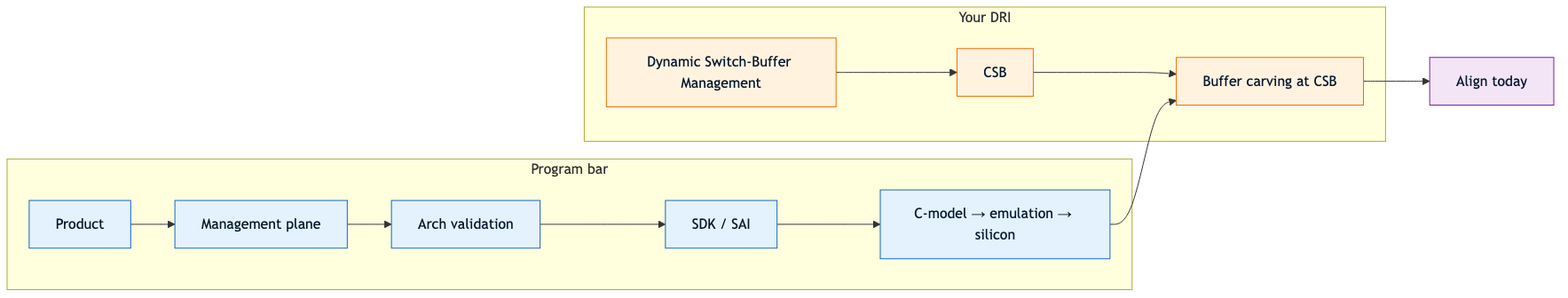
Before: assets/diagrams/a3/slide01-scope.png, a diagram exported from Mermaid (upscale-ai-network/agent-template). Its source is kept beside it as assets/diagrams/a3/slide01-scope.mmd. The source it was exported from:
```mermaid
flowchart LR
  subgraph program["Program bar"]
    direction LR
    P[Product] --> M[Management plane]
    M --> AV[Arch validation]
    AV --> SDK[SDK / SAI]
    SDK --> SIL[C-model → emulation → silicon]
  end

  subgraph dri["Your DRI"]
    direction LR
    DBM[Dynamic Switch-Buffer Management] --> CSB[CSB]
    CSB --> CARVE[Buffer carving at CSB]
  end

  SIL --> CARVE
  CARVE --> ALIGN[Align today]

  classDef program fill:#E3F2FD,stroke:#1565C0,color:#051830
  classDef dri fill:#FFF3E0,stroke:#EF6C00,color:#051830
  classDef act fill:#F3E5F5,stroke:#7B1FA2,color:#051830
  class P,M,AV,SDK,SIL program
  class DBM,CSB,CARVE dri
  class ALIGN act
```
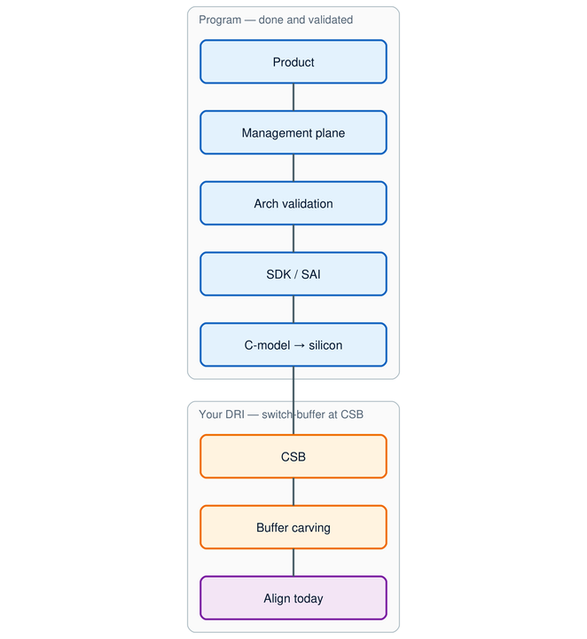
Above is the later version.

The edit, as a diff of the source:
```diff
@@ -1,24 +1,18 @@
-flowchart LR
-  subgraph program["Program bar"]
-    direction LR
+flowchart TB
+  subgraph program["Program — done and validated"]
     P[Product] --> M[Management plane]
     M --> AV[Arch validation]
     AV --> SDK[SDK / SAI]
-    SDK --> SIL[C-model → emulation → silicon]
+    SDK --> SIL[C-model → silicon]
   end
 
-  subgraph dri["Your DRI"]
-    direction LR
-    DBM[Dynamic Switch-Buffer Management] --> CSB[CSB]
-    CSB --> CARVE[Buffer carving at CSB]
+  subgraph dri["Your DRI — Dynamic Switch-Buffer Management"]
+    CSB[CSB] --> CARVE[Buffer carving]
+    CARVE --> ALIGN[Align today]
   end
 
-  SIL --> CARVE
-  CARVE --> ALIGN[Align today]
+  SIL --> CSB
 
-  classDef program fill:#E3F2FD,stroke:#1565C0,color:#051830
-  classDef dri fill:#FFF3E0,stroke:#EF6C00,color:#051830
-  classDef act fill:#F3E5F5,stroke:#7B1FA2,color:#051830
   class P,M,AV,SDK,SIL program
-  class DBM,CSB,CARVE dri
+  class CSB,CARVE lane
   class ALIGN act
```
